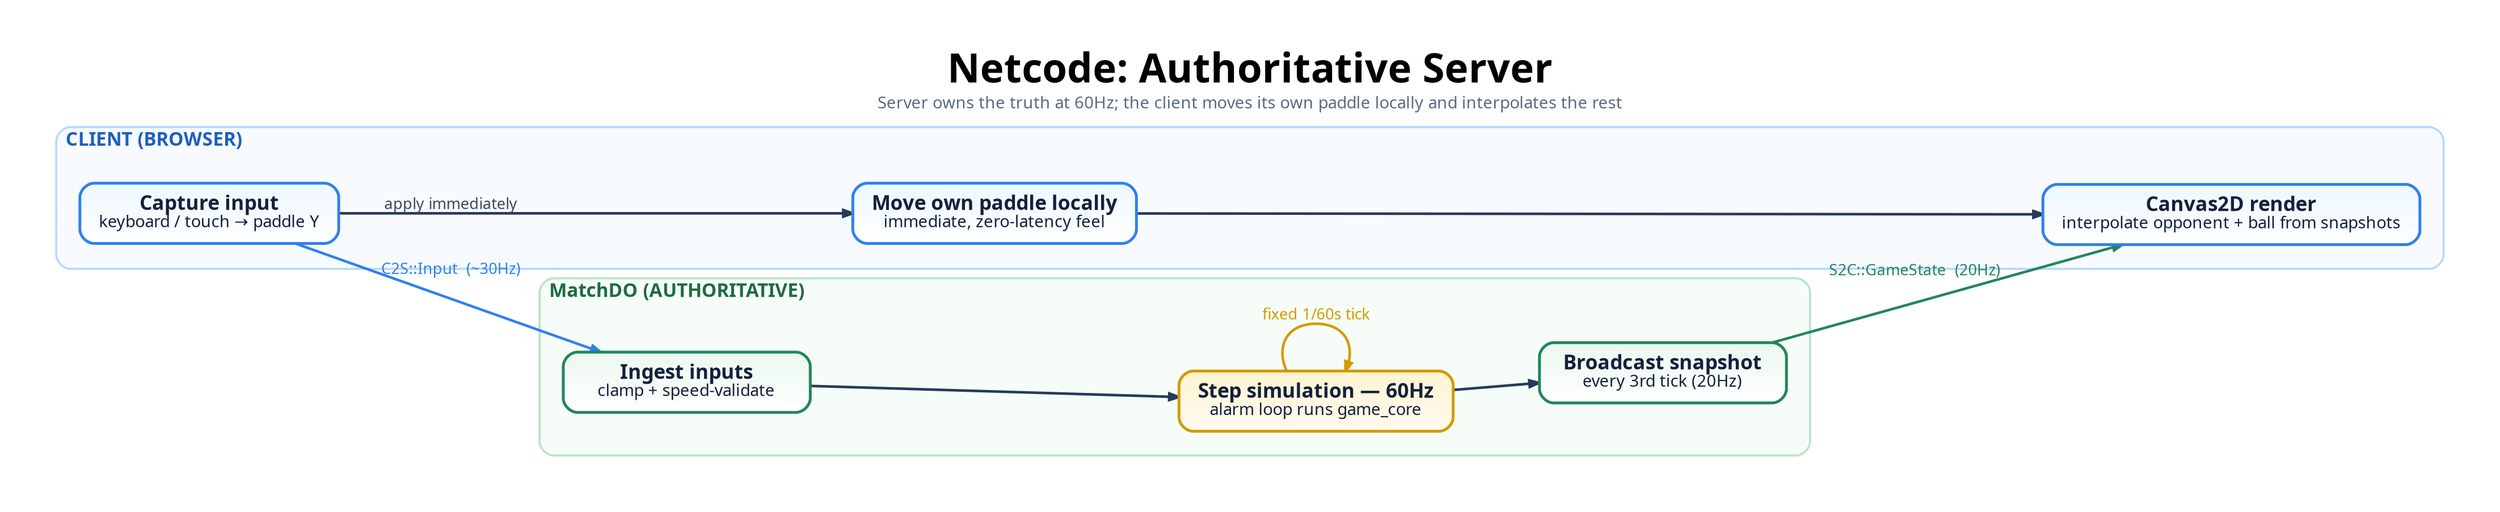
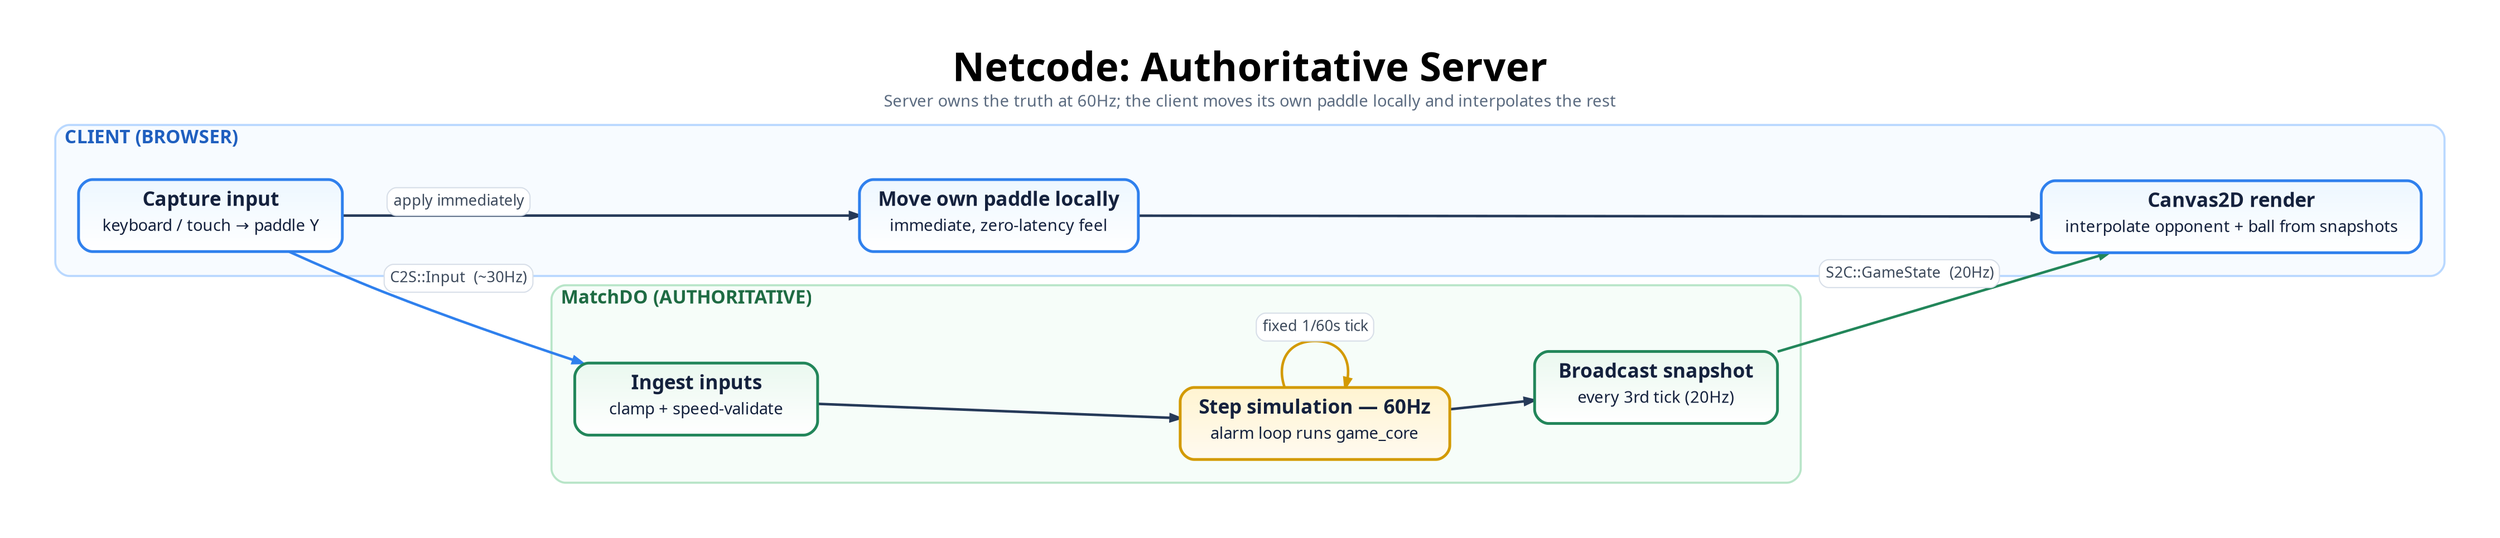
digraph NetcodeLoop {
  graph [
    rankdir=LR,
    bgcolor="#ffffff",
    pad="0.55",
    nodesep="0.55",
    ranksep="1.0",
    splines=spline,
    outputorder=edgesfirst,
    compound=true,
    newrank=true,
    forcelabels=true,
    fontname="Avenir",
    label=<
      <TABLE BORDER="0" CELLBORDER="0" CELLSPACING="0" CELLPADDING="0">
        <TR><TD><FONT POINT-SIZE="34"><B>Netcode: Authoritative Server</B></FONT></TD></TR>
        <TR><TD><FONT POINT-SIZE="14" COLOR="#5b6b80">Server owns the truth at 60Hz; the client moves its own paddle locally and interpolates the rest</FONT></TD></TR>
      </TABLE>
    >,
    labelloc=t,
    labeljust=c
  ];

  node [
    shape=box,
    style="rounded,filled",
    margin="0.22,0.14",
    width=2.9,
    fixedsize=false,
    fontname="Avenir",
    fontsize=17,
    penwidth=2.4,
    fontcolor="#14213d",
    color="#2264c7",
    fillcolor="#eaf3ff:#ffffff",
    gradientangle=270
  ];

  edge [
    color="#263a59",
    fontname="Avenir",
    fontsize=13,
    fontcolor="#3d4a5c",
    penwidth=2.2,
    arrowsize=0.8
  ];

  // ---- Client ----
  subgraph cluster_client {
    graph [
      label=<<FONT POINT-SIZE="16" COLOR="#1f5fbf"><B>CLIENT (BROWSER)</B></FONT>>,
      labelloc=t, labeljust=l,
      color="#b9d8ff", fillcolor="#f7fbff", style="rounded,filled", penwidth=1.8, margin=20
    ];
-     INPUT [label=<<B>Capture input</B><BR/><FONT POINT-SIZE="14">keyboard / touch → paddle Y</FONT>>, fillcolor="#edf7ff:#ffffff", color="#2f80ed"];
-     OWN [label=<<B>Move own paddle locally</B><BR/><FONT POINT-SIZE="14">immediate, zero-latency feel</FONT>>, fillcolor="#edf7ff:#ffffff", color="#2f80ed"];
-     RENDER [label=<<B>Canvas2D render</B><BR/><FONT POINT-SIZE="14">interpolate opponent + ball from snapshots</FONT>>, fillcolor="#edf7ff:#ffffff", color="#2f80ed"];
+     INPUT [label=<<TABLE BORDER="0" CELLBORDER="0" CELLSPACING="0" CELLPADDING="0"><TR><TD><B>Capture input</B></TD></TR><TR><TD CELLPADDING="4"><FONT POINT-SIZE="14">keyboard / touch → paddle Y</FONT></TD></TR></TABLE>>, fillcolor="#edf7ff:#ffffff", color="#2f80ed"];
+     OWN [label=<<TABLE BORDER="0" CELLBORDER="0" CELLSPACING="0" CELLPADDING="0"><TR><TD><B>Move own paddle locally</B></TD></TR><TR><TD CELLPADDING="4"><FONT POINT-SIZE="14">immediate, zero-latency feel</FONT></TD></TR></TABLE>>, fillcolor="#edf7ff:#ffffff", color="#2f80ed"];
+     RENDER [label=<<TABLE BORDER="0" CELLBORDER="0" CELLSPACING="0" CELLPADDING="0"><TR><TD><B>Canvas2D render</B></TD></TR><TR><TD CELLPADDING="4"><FONT POINT-SIZE="14">interpolate opponent + ball from snapshots</FONT></TD></TR></TABLE>>, fillcolor="#edf7ff:#ffffff", color="#2f80ed"];

-     INPUT -> OWN [label="apply immediately"];
+     INPUT -> OWN [label=<<TABLE BORDER="1" CELLBORDER="0" STYLE="ROUNDED" COLOR="#d7dee8" BGCOLOR="#ffffff" CELLSPACING="0" CELLPADDING="4"><TR><TD><FONT POINT-SIZE="13" COLOR="#3d4a5c">apply immediately</FONT></TD></TR></TABLE>>];
    OWN -> RENDER;
  }

  // ---- Server ----
  subgraph cluster_server {
    graph [
      label=<<FONT POINT-SIZE="16" COLOR="#1e6b43"><B>MatchDO (AUTHORITATIVE)</B></FONT>>,
      labelloc=t, labeljust=l,
      color="#b8e5c8", fillcolor="#f6fdf9", style="rounded,filled", penwidth=1.8, margin=20
    ];
-     INGEST [label=<<B>Ingest inputs</B><BR/><FONT POINT-SIZE="14">clamp + speed-validate</FONT>>, fillcolor="#eaf8ef:#ffffff", color="#22865a"];
-     STEP [label=<<B>Step simulation — 60Hz</B><BR/><FONT POINT-SIZE="14">alarm loop runs game_core</FONT>>, fillcolor="#fff4d1:#fffaf0", color="#d39a00"];
-     BROADCAST [label=<<B>Broadcast snapshot</B><BR/><FONT POINT-SIZE="14">every 3rd tick (20Hz)</FONT>>, fillcolor="#eaf8ef:#ffffff", color="#22865a"];
+     INGEST [label=<<TABLE BORDER="0" CELLBORDER="0" CELLSPACING="0" CELLPADDING="0"><TR><TD><B>Ingest inputs</B></TD></TR><TR><TD CELLPADDING="4"><FONT POINT-SIZE="14">clamp + speed-validate</FONT></TD></TR></TABLE>>, fillcolor="#eaf8ef:#ffffff", color="#22865a"];
+     STEP [label=<<TABLE BORDER="0" CELLBORDER="0" CELLSPACING="0" CELLPADDING="0"><TR><TD><B>Step simulation — 60Hz</B></TD></TR><TR><TD CELLPADDING="4"><FONT POINT-SIZE="14">alarm loop runs game_core</FONT></TD></TR></TABLE>>, fillcolor="#fff4d1:#fffaf0", color="#d39a00"];
+     BROADCAST [label=<<TABLE BORDER="0" CELLBORDER="0" CELLSPACING="0" CELLPADDING="0"><TR><TD><B>Broadcast snapshot</B></TD></TR><TR><TD CELLPADDING="4"><FONT POINT-SIZE="14">every 3rd tick (20Hz)</FONT></TD></TR></TABLE>>, fillcolor="#eaf8ef:#ffffff", color="#22865a"];

    INGEST -> STEP;
    STEP -> BROADCAST;
-     STEP -> STEP [label="fixed 1/60s tick", color="#d39a00", fontcolor="#d39a00"];
+     STEP -> STEP [label=<<TABLE BORDER="1" CELLBORDER="0" STYLE="ROUNDED" COLOR="#d7dee8" BGCOLOR="#ffffff" CELLSPACING="0" CELLPADDING="4"><TR><TD><FONT POINT-SIZE="13" COLOR="#3d4a5c">fixed 1/60s tick</FONT></TD></TR></TABLE>>, color="#d39a00", fontcolor="#d39a00"];
  }

  // ---- Over the wire (postcard binary over WebSocket) ----
-   INPUT -> INGEST [label="C2S::Input  (~30Hz)", color="#2f80ed", fontcolor="#2f80ed"];
-   BROADCAST -> RENDER [label="S2C::GameState  (20Hz)", color="#22865a", fontcolor="#22865a"];
+   INPUT -> INGEST [label=<<TABLE BORDER="1" CELLBORDER="0" STYLE="ROUNDED" COLOR="#d7dee8" BGCOLOR="#ffffff" CELLSPACING="0" CELLPADDING="4"><TR><TD><FONT POINT-SIZE="13" COLOR="#3d4a5c">C2S::Input  (~30Hz)</FONT></TD></TR></TABLE>>, color="#2f80ed", fontcolor="#2f80ed"];
+   BROADCAST -> RENDER [label=<<TABLE BORDER="1" CELLBORDER="0" STYLE="ROUNDED" COLOR="#d7dee8" BGCOLOR="#ffffff" CELLSPACING="0" CELLPADDING="4"><TR><TD><FONT POINT-SIZE="13" COLOR="#3d4a5c">S2C::GameState  (20Hz)</FONT></TD></TR></TABLE>>, color="#22865a", fontcolor="#22865a"];
}
